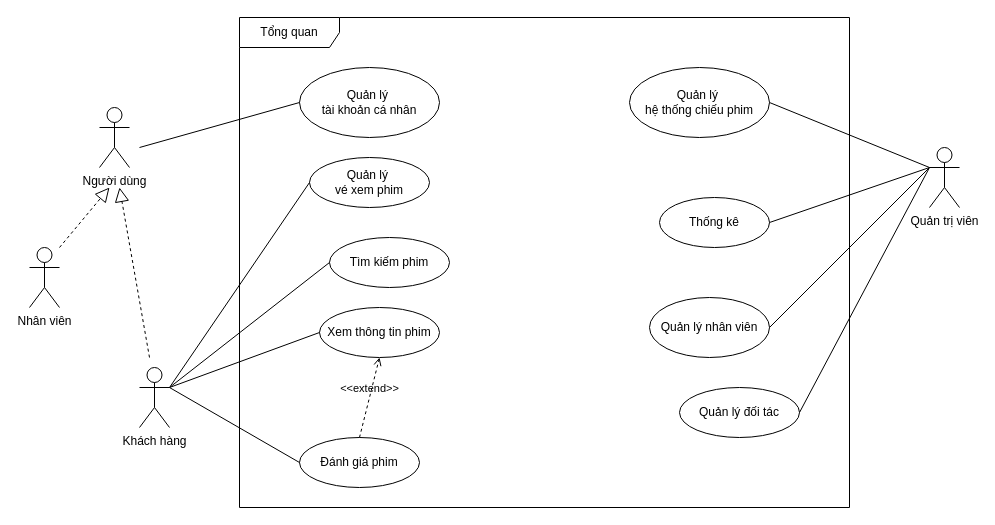
Before: Use Case Diagram/xml/Tổng-Quan.drawio in dvhAoU1374/IT3120-PTTKHT, a draw.io diagram. Source tidied: cells renumbered, new cells numbered last; positions are measured from the earlier drawing's top-left corner, leaving out a move shared by most shapes. Both pictures are drawn from the tidied source at 100%, with x=0, y=0 at pixel (29, 17).
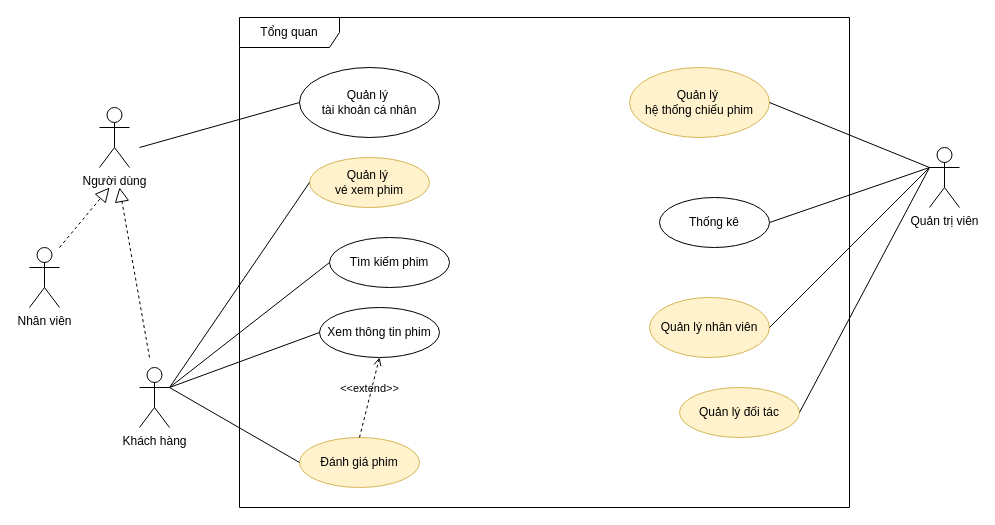
After the change.

Unchanged cells that the change refers to:
```xml
<mxCell id="2" value="Tổng quan" style="shape=umlFrame;whiteSpace=wrap;html=1;width=100;height=30;" parent="1" vertex="1">
  <mxGeometry x="210" width="610" height="490" as="geometry" />
</mxCell>
```

Diff of the diagram source:
```diff
@@
-    <mxCell id="4" value="Quản lý&amp;nbsp;&lt;div&gt;vé xem phim&lt;/div&gt;" style="ellipse;whiteSpace=wrap;html=1;" parent="2" vertex="1">
+    <mxCell id="4" value="Quản lý&amp;nbsp;&lt;div&gt;vé xem phim&lt;/div&gt;" style="ellipse;whiteSpace=wrap;html=1;fillColor=#fff2cc;strokeColor=#d6b656;" parent="2" vertex="1">
       <mxGeometry x="70" y="140" width="120" height="50" as="geometry" />
     </mxCell>
@@
-    <mxCell id="7" value="Đánh giá phim" style="ellipse;whiteSpace=wrap;html=1;" parent="2" vertex="1">
+    <mxCell id="7" value="Đánh giá phim" style="ellipse;whiteSpace=wrap;html=1;fillColor=#fff2cc;strokeColor=#d6b656;" parent="2" vertex="1">
       <mxGeometry x="60" y="420" width="120" height="50" as="geometry" />
     </mxCell>
@@
-    <mxCell id="9" value="Quản lý&amp;nbsp;&lt;div&gt;hệ thống chiếu phim&lt;/div&gt;" style="ellipse;whiteSpace=wrap;html=1;" parent="2" vertex="1">
+    <mxCell id="9" value="Quản lý&amp;nbsp;&lt;div&gt;hệ thống chiếu phim&lt;/div&gt;" style="ellipse;whiteSpace=wrap;html=1;fillColor=#fff2cc;strokeColor=#d6b656;" parent="2" vertex="1">
       <mxGeometry x="390" y="50" width="140" height="70" as="geometry" />
     </mxCell>
@@
-    <mxCell id="11" value="Quản lý nhân viên" style="ellipse;whiteSpace=wrap;html=1;" parent="2" vertex="1">
+    <mxCell id="11" value="Quản lý nhân viên" style="ellipse;whiteSpace=wrap;html=1;fillColor=#fff2cc;strokeColor=#d6b656;" parent="2" vertex="1">
       <mxGeometry x="410" y="280" width="120" height="60" as="geometry" />
     </mxCell>
-    <mxCell id="12" value="Quản lý đối tác" style="ellipse;whiteSpace=wrap;html=1;" parent="2" vertex="1">
+    <mxCell id="12" value="Quản lý đối tác" style="ellipse;whiteSpace=wrap;html=1;fillColor=#fff2cc;strokeColor=#d6b656;" parent="2" vertex="1">
       <mxGeometry x="440" y="370" width="120" height="50" as="geometry" />
     </mxCell>
```
